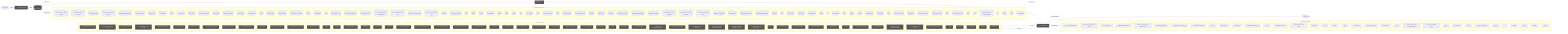
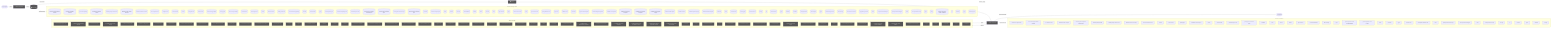
flowchart LR
  UserQ(["👤 User Query"])
  Embed["📐 Embedding Model"]
  VecDB[("📚 Vector Store")]
  Retriever["🔍 Retriever"]
  LLMNode["🧠 LLM / Generator"]
  Output(["✅ Response"])
  UserQ -->|query| Embed
  Embed -->|vector| VecDB
  VecDB -->|top-k chunks| Retriever
  Retriever -->|context + query| LLMNode
  LLMNode -->|generated answer| Output
  subgraph DetectedMemory["Detected memory stores"]
    det_detectedmemory_check_steering_feedback_contract_80134459[("check-steering-feedback-contract")]
    det_detectedmemory_normalize_workflow_contracts_8701f1c8[("normalize-workflow-contracts")]
    det_detectedmemory_sync_codex_preflight_7e7a8dc2[("sync-codex-preflight")]
    det_detectedmemory_test_harness_upgrade_matrix_84113c4e[("test-harness-upgrade-matrix")]
+     det_detectedmemory_validate_prompt_context_drift_8c949ef6[("validate-prompt-context-drift")]
+     det_detectedmemory_validate_runtime_packet_schemas_bc3ba8ec[("validate-runtime-packet-schemas")]
    det_detectedmemory_validate_workflow_contracts_33dc063c[("validate-workflow-contracts")]
    det_detectedmemory_branch_protect_core_a8feb0fd[("branch-protect-core")]
    det_detectedmemory_ci_migrate_core_7005b5af[("ci-migrate-core")]
    det_detectedmemory_context_health_80bb7da9[("context-health")]
    det_detectedmemory_context_ea7792a2[("context")]
    det_detectedmemory_docs_gate_core_eb9b6c18[("docs-gate-core")]
    det_detectedmemory_index_context_de3ed39d[("index-context")]
    det_detectedmemory_local_memory_preflight_dcc36c42[("local-memory-preflight")]
    det_detectedmemory_memory_gate_a577a506[("memory-gate")]
    det_detectedmemory_pattern_scope_siblings_43abe000[("pattern-scope-siblings")]
    det_detectedmemory_review_context_ca6cf81d[("review-context")]
    det_detectedmemory_review_gate_core_4c8001f9[("review-gate-core")]
    det_detectedmemory_search_24193290[("search")]
    det_detectedmemory_session_context_e5ec72c0[("session-context")]
    det_detectedmemory_tooling_audit_core_328d6a41[("tooling-audit-core")]
    det_detectedmemory_run_local_memory_preflight_36e92808[("run-local-memory-preflight")]
    det_detectedmemory_checker_d2d2328e[("checker")]
    det_detectedmemory_context_health_1_ceb11829[("context-health")]
    det_detectedmemory_types_2_d9bc6e7a[("types")]
    det_detectedmemory_branch_protect_sync_570adb18[("branch-protect-sync")]
    det_detectedmemory_command_capability_rules_ca3f496a[("command-capability-rules")]
    det_detectedmemory_command_specs_core_1c0ffc99[("command-specs-core")]
    det_detectedmemory_local_memory_preflight_command_spec_9e23f3ce[("local-memory-preflight-command-spec")]
    det_detectedmemory_memory_gate_command_spec_dc9001a9[("memory-gate-command-spec")]
    det_detectedmemory_review_gate_command_spec_3187376a[("review-gate-command-spec")]
    det_detectedmemory_session_context_command_spec_973afbb1[("session-context-command-spec")]
    det_detectedmemory_constants_7517017f[("constants")]
    det_detectedmemory_context_compact_policy_3dcaf95d[("context-compact-policy")]
-     det_detectedmemory_index_1_faebc14e[("index")]
+     det_detectedmemory_index_2_10143590[("index")]
    det_detectedmemory_indexer_70fa78e5[("indexer")]
    det_detectedmemory_init_error_5c7dd49f[("init-error")]
    det_detectedmemory_lexical_fallback_723e2b3e[("lexical-fallback")]
    det_detectedmemory_ollama_76e3c7bf[("ollama")]
    det_detectedmemory_rollout_a4fa034c[("rollout")]
    det_detectedmemory_sources_878a52fc[("sources")]
    det_detectedmemory_store_824d80d7[("store")]
    det_detectedmemory_sync_contract_c79fa191[("sync-contract")]
-     det_detectedmemory_types_6_1818fb91[("types")]
+     det_detectedmemory_types_7_2f1ed65e[("types")]
    det_detectedmemory_harness_run_context_ac7c77a9[("harness-run-context")]
-     det_detectedmemory_index_2_10143590[("index")]
+     det_detectedmemory_index_3_7e40d474[("index")]
    det_detectedmemory_json_schema_core_96d7e328[("json-schema-core")]
    det_detectedmemory_policy_validators_core_714a3fe7[("policy-validators-core")]
    det_detectedmemory_types_core_e405ddca[("types-core")]
    det_detectedmemory_validator_core_4358f8ba[("validator-core")]
    det_detectedmemory_init_modes_c05ceb07[("init-modes")]
    det_detectedmemory_project_brain_templates_7ef51530[("project-brain-templates")]
    det_detectedmemory_scaffold_diagram_templates_dd88e83c[("scaffold-diagram-templates")]
    det_detectedmemory_scaffold_doc_templates_f6152330[("scaffold-doc-templates")]
    det_detectedmemory_scaffold_environment_templates_c1ceba6a[("scaffold-environment-templates")]
    det_detectedmemory_scaffold_root_command_templates_404fed7f[("scaffold-root-command-templates")]
    det_detectedmemory_scaffold_script_template_registry_69312d4e[("scaffold-script-template-registry")]
    det_detectedmemory_scaffold_shell_templates_0ad0f915[("scaffold-shell-templates")]
    det_detectedmemory_scaffold_surfaces_12d6494e[("scaffold-surfaces")]
    det_detectedmemory_scaffold_template_registry_b1cce2aa[("scaffold-template-registry")]
    det_detectedmemory_scaffold_workflow_template_92310587[("scaffold-workflow-template")]
    det_detectedmemory_eval_seed_5699fd3e[("eval-seed")]
-     det_detectedmemory_index_7_b61a3f30[("index")]
+     det_detectedmemory_index_9_32dd4d91[("index")]
    det_detectedmemory_review_context_1_e3afed15[("review-context")]
    det_detectedmemory_memory_gate_1_265164ac[("memory-gate")]
    det_detectedmemory_branch_enforcer_acb749cd[("branch-enforcer")]
    det_detectedmemory_cli_args_5_09ea29f0[("cli-args")]
    det_detectedmemory_cli_6_eac72be2[("cli")]
    det_detectedmemory_metrics_tracker_98cec29c[("metrics-tracker")]
-     det_detectedmemory_types_16_0fae1112[("types")]
+     det_detectedmemory_types_18_37582e2a[("types")]
    det_detectedmemory_validator_4_5180cf23[("validator")]
    det_detectedmemory_classifier_fe1991a9[("classifier")]
    det_detectedmemory_tooling_baseline_50ab2eeb[("tooling-baseline")]
    det_detectedmemory_claim_helpers_20dc8387[("claim-helpers")]
-     det_detectedmemory_types_21_5756f9dc[("types")]
+     det_detectedmemory_types_23_4352ee2e[("types")]
    det_detectedmemory_local_memory_smoke_1175abfc[("local-memory-smoke")]
    det_detectedmemory_local_memory_0db17ecc[("local-memory")]
    det_detectedmemory_performance_overload_c685bfcf[("performance-overload")]
    det_detectedmemory_suggestion_generator_0956f794[("suggestion-generator")]
-     det_detectedmemory_index_9_32dd4d91[("index")]
+     det_detectedmemory_index_11_ffcd5842[("index")]
+     det_detectedmemory_prompt_context_drift_report_3257a95c[("prompt-context-drift-report")]
+     det_detectedmemory_prompt_context_drift_types_ba6863d4[("prompt-context-drift-types")]
+     det_detectedmemory_index_12_762ec91b[("index")]
    det_detectedmemory_prompt_context_receipt_17b862b2[("prompt-context-receipt")]
-     det_detectedmemory_types_28_4476fcc6[("types")]
+     det_detectedmemory_types_30_424b976c[("types")]
    det_detectedmemory_policy_1_fc4198db[("policy")]
    det_detectedmemory_runtime_card_codex_runtime_validation_d8ce9934[("runtime-card-codex-runtime-validation")]
    det_detectedmemory_cli_11_338a8415[("cli")]
    det_detectedmemory_collector_0736fd5b[("collector")]
-     det_detectedmemory_types_31_eb363e20[("types")]
+     det_detectedmemory_types_33_16e22a82[("types")]
    det_detectedmemory_overload_guard_2748c559[("overload-guard")]
  end
  VecDB -. "implemented by" .-> DetectedMemory
  subgraph DetectedLLM["Detected LLM clients"]
    det_detectedllm_check_codex_agent_roles_5bb2e89b["check-codex-agent-roles"]
    det_detectedllm_check_steering_feedback_contract_80134459["check-steering-feedback-contract"]
    det_detectedllm_run_harness_evals_77704768["run-harness-evals"]
    det_detectedllm_validate_decision_request_2e5c325e["validate-decision-request"]
    det_detectedllm_validate_goal_completion_audit_receipt_100d252c["validate-goal-completion-audit-receipt"]
    det_detectedllm_validate_packaged_skill_5e32c890["validate-packaged-skill"]
+     det_detectedllm_validate_prompt_context_drift_8c949ef6["validate-prompt-context-drift"]
    det_detectedllm_validate_reviewer_coverage_251efee3["validate-reviewer-coverage"]
    det_detectedllm_check_environment_core_2c16213f["check-environment-core"]
    det_detectedllm_context_ea7792a2["context"]
    det_detectedllm_index_context_de3ed39d["index-context"]
    det_detectedllm_prompt_gate_c5e9d207["prompt-gate"]
    det_detectedllm_remediate_runner_helpers_929fedcc["remediate-runner-helpers"]
    det_detectedllm_search_24193290["search"]
+     det_detectedllm_context_health_1_ceb11829["context-health"]
    det_detectedllm_command_specs_core_1c0ffc99["command-specs-core"]
    det_detectedllm_prompt_gate_command_spec_9a941482["prompt-gate-command-spec"]
    det_detectedllm_constants_7517017f["constants"]
-     det_detectedllm_index_1_faebc14e["index"]
+     det_detectedllm_index_2_10143590["index"]
    det_detectedllm_indexer_70fa78e5["indexer"]
    det_detectedllm_ollama_76e3c7bf["ollama"]
    det_detectedllm_sync_contract_c79fa191["sync-contract"]
    det_detectedllm_north_star_validators_cfc926ce["north-star-validators"]
    det_detectedllm_hilt_boundary_9b36fb15["hilt-boundary"]
-     det_detectedllm_types_8_f6283648["types"]
+     det_detectedllm_types_9_1db4641f["types"]
    det_detectedllm_goal_completion_audit_receipt_validation_9d0f4891["goal-completion-audit-receipt-validation"]
    det_detectedllm_goal_completion_audit_receipt_5e4939c3["goal-completion-audit-receipt"]
-     det_detectedllm_index_3_7e40d474["index"]
+     det_detectedllm_index_4_013aa0e3["index"]
+     det_detectedllm_constants_1_a84e15f0["constants"]
+     det_detectedllm_types_16_0fae1112["types"]
    det_detectedllm_sensitive_text_7c11f760["sensitive-text"]
-     det_detectedllm_index_9_32dd4d91["index"]
+     det_detectedllm_pr_template_validator_rules_20a32d6b["pr-template-validator-rules"]
+     det_detectedllm_index_11_ffcd5842["index"]
+     det_detectedllm_prompt_context_drift_report_3257a95c["prompt-context-drift-report"]
+     det_detectedllm_prompt_context_drift_types_ba6863d4["prompt-context-drift-types"]
+     det_detectedllm_index_12_762ec91b["index"]
    det_detectedllm_prompt_context_receipt_17b862b2["prompt-context-receipt"]
    det_detectedllm_cli_args_9_9c136878["cli-args"]
    det_detectedllm_cli_10_35dc8cbd["cli"]
    det_detectedllm_sections_4697ef32["sections"]
-     det_detectedllm_types_24_c63dc1a7["types"]
+     det_detectedllm_types_26_a5814179["types"]
    det_detectedllm_validator_6_3688adbf["validator"]
    det_detectedllm_cli_args_10_861cdd3f["cli-args"]
  end
  LLMNode -. "implemented by" .-> DetectedLLM
  subgraph DetectedTools["Agentic tool calls"]
    det_detectedtools_check_codex_agent_roles_5bb2e89b["🔧 check-codex-agent-roles"]
    det_detectedtools_check_steering_feedback_contract_80134459["🔧 check-steering-feedback-contract"]
    det_detectedtools_run_harness_evals_77704768["🔧 run-harness-evals"]
    det_detectedtools_validate_action_review_receipt_fa2f06c3["🔧 validate-action-review-receipt"]
    det_detectedtools_validate_packaged_skill_5e32c890["🔧 validate-packaged-skill"]
+     det_detectedtools_validate_replay_packet_f309747e["🔧 validate-replay-packet"]
    det_detectedtools_ci_migrate_core_7005b5af["🔧 ci-migrate-core"]
    det_detectedtools_doctor_checks_5a2eb2b9["🔧 doctor-checks"]
    det_detectedtools_doctor_github_tool_checks_a53b0382["🔧 doctor-github-tool-checks"]
    det_detectedtools_doctor_tool_checks_4acac51a["🔧 doctor-tool-checks"]
    det_detectedtools_next_blocked_decisions_4140ad2b["🔧 next-blocked-decisions"]
    det_detectedtools_policy_gate_213f7313["🔧 policy-gate"]
    det_detectedtools_remediate_cli_output_cc165396["🔧 remediate-cli-output"]
    det_detectedtools_remediate_runner_helpers_929fedcc["🔧 remediate-runner-helpers"]
    det_detectedtools_review_gate_core_4c8001f9["🔧 review-gate-core"]
    det_detectedtools_index_1bc04b52["🔧 index"]
    det_detectedtools_types_1_4ecdf56e["🔧 types"]
    det_detectedtools_validation_constants_e002a0f6["🔧 validation-constants"]
    det_detectedtools_validation_98c41dcd["🔧 validation"]
    det_detectedtools_checker_d2d2328e["🔧 checker"]
    det_detectedtools_cli_args_1_6144b055["🔧 cli-args"]
    det_detectedtools_command_capabilities_a4d5c71e["🔧 command-capabilities"]
    det_detectedtools_command_capability_rules_ca3f496a["🔧 command-capability-rules"]
    det_detectedtools_linear_command_actions_e430f4f4["🔧 linear-command-actions"]
    det_detectedtools_linear_command_runner_4a740dfc["🔧 linear-command-runner"]
    det_detectedtools_policy_validators_core_714a3fe7["🔧 policy-validators-core"]
    det_detectedtools_types_core_e405ddca["🔧 types-core"]
    det_detectedtools_validator_core_4358f8ba["🔧 validator-core"]
    det_detectedtools_validator_helpers_7b927667["🔧 validator-helpers"]
    det_detectedtools_he_phase_exit_core_1148895b["🔧 he-phase-exit-core"]
    det_detectedtools_ralph_runtime_73d63c0e["🔧 ralph-runtime"]
    det_detectedtools_observed_skill_usage_ed7d5930["🔧 observed-skill-usage"]
    det_detectedtools_closure_evidence_aaa31467["🔧 closure-evidence"]
    det_detectedtools_pr_creator_dc6b1ea4["🔧 pr-creator"]
    det_detectedtools_client_948fe603["🔧 client"]
    det_detectedtools_init_output_360dce91["🔧 init-output"]
    det_detectedtools_scaffold_ci_templates_2afd6392["🔧 scaffold-ci-templates"]
    det_detectedtools_scaffold_codex_environment_templates_334fbbed["🔧 scaffold-codex-environment-templates"]
    det_detectedtools_scaffold_config_templates_4b80ce53["🔧 scaffold-config-templates"]
    det_detectedtools_scaffold_environment_templates_c1ceba6a["🔧 scaffold-environment-templates"]
    det_detectedtools_scaffold_github_actions_pr_pipeline_renderer_1ee18de5["🔧 scaffold-github-actions-pr-pipeline-renderer"]
    det_detectedtools_scaffold_github_actions_pr_pipeline_template_e2b85f62["🔧 scaffold-github-actions-pr-pipeline-template"]
    det_detectedtools_scaffold_release_private_npm_template_075499f8["🔧 scaffold-release-private-npm-template"]
+     det_detectedtools_constants_1_a84e15f0["🔧 constants"]
+     det_detectedtools_index_8_6f0f20ec["🔧 index"]
+     det_detectedtools_validation_common_6161e48b["🔧 validation-common"]
    det_detectedtools_cli_6_eac72be2["🔧 cli"]
    det_detectedtools_metrics_tracker_98cec29c["🔧 metrics-tracker"]
    det_detectedtools_normalise_renderer_85f2e563["🔧 normalise-renderer"]
    det_detectedtools_evaluation_engine_core_e054fe49["🔧 evaluation-engine-core"]
    det_detectedtools_tooling_baseline_50ab2eeb["🔧 tooling-baseline"]
-     det_detectedtools_index_10_f6785a46["🔧 index"]
+     det_detectedtools_prompt_context_drift_report_3257a95c["🔧 prompt-context-drift-report"]
+     det_detectedtools_prompt_context_drift_types_ba6863d4["🔧 prompt-context-drift-types"]
+     det_detectedtools_replay_packet_a1293f88["🔧 replay-packet"]
+     det_detectedtools_index_13_97df39c8["🔧 index"]
    det_detectedtools_review_lifecycle_contract_e5447221["🔧 review-lifecycle-contract"]
    det_detectedtools_review_lifecycle_89afa64c["🔧 review-lifecycle"]
    det_detectedtools_runtime_card_codex_runtime_validation_d8ce9934["🔧 runtime-card-codex-runtime-validation"]
    det_detectedtools_runtime_card_codex_runtime_0655e230["🔧 runtime-card-codex-runtime"]
    det_detectedtools_runtime_evidence_bundle_d471a232["🔧 runtime-evidence-bundle"]
-     det_detectedtools_types_33_16e22a82["🔧 types"]
-     det_detectedtools_index_13_97df39c8["🔧 index"]
+     det_detectedtools_types_35_93e66c64["🔧 types"]
+     det_detectedtools_index_16_373c8a49["🔧 index"]
    det_detectedtools_projection_1b250ea1["🔧 projection"]
-     det_detectedtools_types_35_93e66c64["🔧 types"]
-     det_detectedtools_validation_5_42b61683["🔧 validation"]
+     det_detectedtools_types_37_32ccf9f9["🔧 types"]
+     det_detectedtools_validation_7_c4e6d8b6["🔧 validation"]
  end
  LLMNode -->|tool use| DetectedTools
  DetectedTools -->|result| LLMNode
  classDef memNode fill:#555,color:#fff
  class VecDB,Retriever memNode
  classDef llmNode fill:#555,color:#fff
  class LLMNode,Embed llmNode
  classDef toolNode fill:#555,color:#fff
-   class det_detectedtools_check_codex_agent_roles_5bb2e89b,det_detectedtools_check_steering_feedback_contract_80134459,det_detectedtools_run_harness_evals_77704768,det_detectedtools_validate_action_review_receipt_fa2f06c3,det_detectedtools_validate_packaged_skill_5e32c890,det_detectedtools_ci_migrate_core_7005b5af,det_detectedtools_doctor_checks_5a2eb2b9,det_detectedtools_doctor_github_tool_checks_a53b0382,det_detectedtools_doctor_tool_checks_4acac51a,det_detectedtools_next_blocked_decisions_4140ad2b,det_detectedtools_policy_gate_213f7313,det_detectedtools_remediate_cli_output_cc165396,det_detectedtools_remediate_runner_helpers_929fedcc,det_detectedtools_review_gate_core_4c8001f9,det_detectedtools_index_1bc04b52,det_detectedtools_types_1_4ecdf56e,det_detectedtools_validation_constants_e002a0f6,det_detectedtools_validation_98c41dcd,det_detectedtools_checker_d2d2328e,det_detectedtools_cli_args_1_6144b055,det_detectedtools_command_capabilities_a4d5c71e,det_detectedtools_command_capability_rules_ca3f496a,det_detectedtools_linear_command_actions_e430f4f4,det_detectedtools_linear_command_runner_4a740dfc,det_detectedtools_policy_validators_core_714a3fe7,det_detectedtools_types_core_e405ddca,det_detectedtools_validator_core_4358f8ba,det_detectedtools_validator_helpers_7b927667,det_detectedtools_he_phase_exit_core_1148895b,det_detectedtools_ralph_runtime_73d63c0e,det_detectedtools_observed_skill_usage_ed7d5930,det_detectedtools_closure_evidence_aaa31467,det_detectedtools_pr_creator_dc6b1ea4,det_detectedtools_client_948fe603,det_detectedtools_init_output_360dce91,det_detectedtools_scaffold_ci_templates_2afd6392,det_detectedtools_scaffold_codex_environment_templates_334fbbed,det_detectedtools_scaffold_config_templates_4b80ce53,det_detectedtools_scaffold_environment_templates_c1ceba6a,det_detectedtools_scaffold_github_actions_pr_pipeline_renderer_1ee18de5,det_detectedtools_scaffold_github_actions_pr_pipeline_template_e2b85f62,det_detectedtools_scaffold_release_private_npm_template_075499f8,det_detectedtools_cli_6_eac72be2,det_detectedtools_metrics_tracker_98cec29c,det_detectedtools_normalise_renderer_85f2e563,det_detectedtools_evaluation_engine_core_e054fe49,det_detectedtools_tooling_baseline_50ab2eeb,det_detectedtools_index_10_f6785a46,det_detectedtools_review_lifecycle_contract_e5447221,det_detectedtools_review_lifecycle_89afa64c,det_detectedtools_runtime_card_codex_runtime_validation_d8ce9934,det_detectedtools_runtime_card_codex_runtime_0655e230,det_detectedtools_runtime_evidence_bundle_d471a232,det_detectedtools_types_33_16e22a82,det_detectedtools_index_13_97df39c8,det_detectedtools_projection_1b250ea1,det_detectedtools_types_35_93e66c64,det_detectedtools_validation_5_42b61683 toolNode
+   class det_detectedtools_check_codex_agent_roles_5bb2e89b,det_detectedtools_check_steering_feedback_contract_80134459,det_detectedtools_run_harness_evals_77704768,det_detectedtools_validate_action_review_receipt_fa2f06c3,det_detectedtools_validate_packaged_skill_5e32c890,det_detectedtools_validate_replay_packet_f309747e,det_detectedtools_ci_migrate_core_7005b5af,det_detectedtools_doctor_checks_5a2eb2b9,det_detectedtools_doctor_github_tool_checks_a53b0382,det_detectedtools_doctor_tool_checks_4acac51a,det_detectedtools_next_blocked_decisions_4140ad2b,det_detectedtools_policy_gate_213f7313,det_detectedtools_remediate_cli_output_cc165396,det_detectedtools_remediate_runner_helpers_929fedcc,det_detectedtools_review_gate_core_4c8001f9,det_detectedtools_index_1bc04b52,det_detectedtools_types_1_4ecdf56e,det_detectedtools_validation_constants_e002a0f6,det_detectedtools_validation_98c41dcd,det_detectedtools_checker_d2d2328e,det_detectedtools_cli_args_1_6144b055,det_detectedtools_command_capabilities_a4d5c71e,det_detectedtools_command_capability_rules_ca3f496a,det_detectedtools_linear_command_actions_e430f4f4,det_detectedtools_linear_command_runner_4a740dfc,det_detectedtools_policy_validators_core_714a3fe7,det_detectedtools_types_core_e405ddca,det_detectedtools_validator_core_4358f8ba,det_detectedtools_validator_helpers_7b927667,det_detectedtools_he_phase_exit_core_1148895b,det_detectedtools_ralph_runtime_73d63c0e,det_detectedtools_observed_skill_usage_ed7d5930,det_detectedtools_closure_evidence_aaa31467,det_detectedtools_pr_creator_dc6b1ea4,det_detectedtools_client_948fe603,det_detectedtools_init_output_360dce91,det_detectedtools_scaffold_ci_templates_2afd6392,det_detectedtools_scaffold_codex_environment_templates_334fbbed,det_detectedtools_scaffold_config_templates_4b80ce53,det_detectedtools_scaffold_environment_templates_c1ceba6a,det_detectedtools_scaffold_github_actions_pr_pipeline_renderer_1ee18de5,det_detectedtools_scaffold_github_actions_pr_pipeline_template_e2b85f62,det_detectedtools_scaffold_release_private_npm_template_075499f8,det_detectedtools_constants_1_a84e15f0,det_detectedtools_index_8_6f0f20ec,det_detectedtools_validation_common_6161e48b,det_detectedtools_cli_6_eac72be2,det_detectedtools_metrics_tracker_98cec29c,det_detectedtools_normalise_renderer_85f2e563,det_detectedtools_evaluation_engine_core_e054fe49,det_detectedtools_tooling_baseline_50ab2eeb,det_detectedtools_prompt_context_drift_report_3257a95c,det_detectedtools_prompt_context_drift_types_ba6863d4,det_detectedtools_replay_packet_a1293f88,det_detectedtools_index_13_97df39c8,det_detectedtools_review_lifecycle_contract_e5447221,det_detectedtools_review_lifecycle_89afa64c,det_detectedtools_runtime_card_codex_runtime_validation_d8ce9934,det_detectedtools_runtime_card_codex_runtime_0655e230,det_detectedtools_runtime_evidence_bundle_d471a232,det_detectedtools_types_35_93e66c64,det_detectedtools_index_16_373c8a49,det_detectedtools_projection_1b250ea1,det_detectedtools_types_37_32ccf9f9,det_detectedtools_validation_7_c4e6d8b6 toolNode
